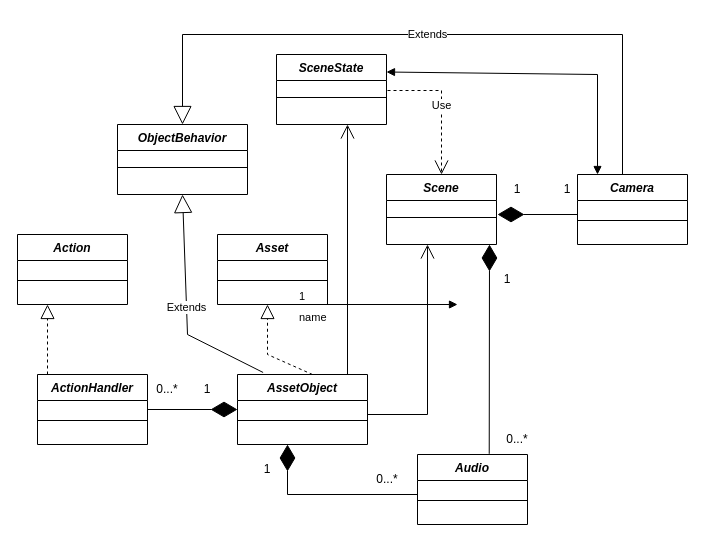
Earlier version of the draw.io diagram Untitled Diagram.drawio (sai11101989/vrsemantics). Source tidied: cells renumbered, new cells numbered last; positions are measured from the earlier drawing's top-left corner, leaving out a move shared by most shapes. Both pictures are drawn from the tidied source at 100%, with x=0, y=0 at pixel (17, 34).
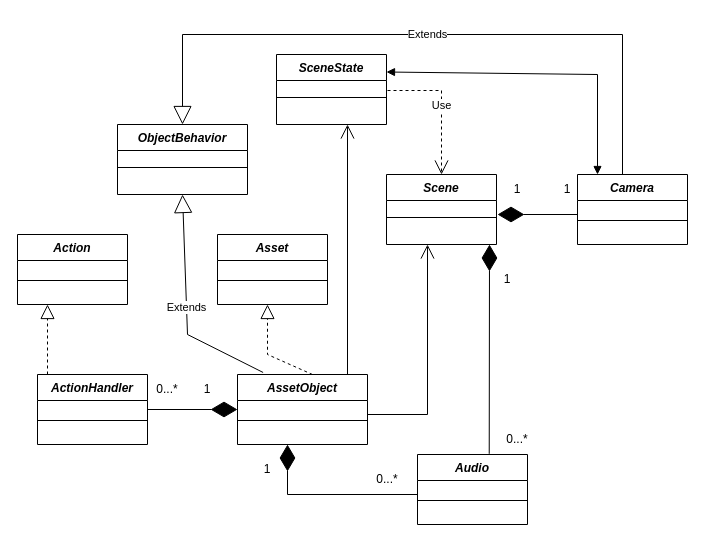
The same diagram, later.

The edit, as a diff of the source:
```diff
@@
-    <mxCell id="40" value="name" style="endArrow=block;endFill=1;html=1;edgeStyle=orthogonalEdgeStyle;align=left;verticalAlign=top;rounded=0;" parent="1" edge="1">
-      <mxGeometry x="-1" relative="1" as="geometry">
-        <mxPoint x="280" y="270" as="sourcePoint" />
-        <mxPoint x="440" y="270" as="targetPoint" />
-      </mxGeometry>
-    </mxCell>
-    <mxCell id="41" value="1" style="edgeLabel;html=1;align=left;verticalAlign=bottom;" parent="40" vertex="1">
-      <mxGeometry x="-1" relative="1" as="geometry" />
-    </mxCell>
```
